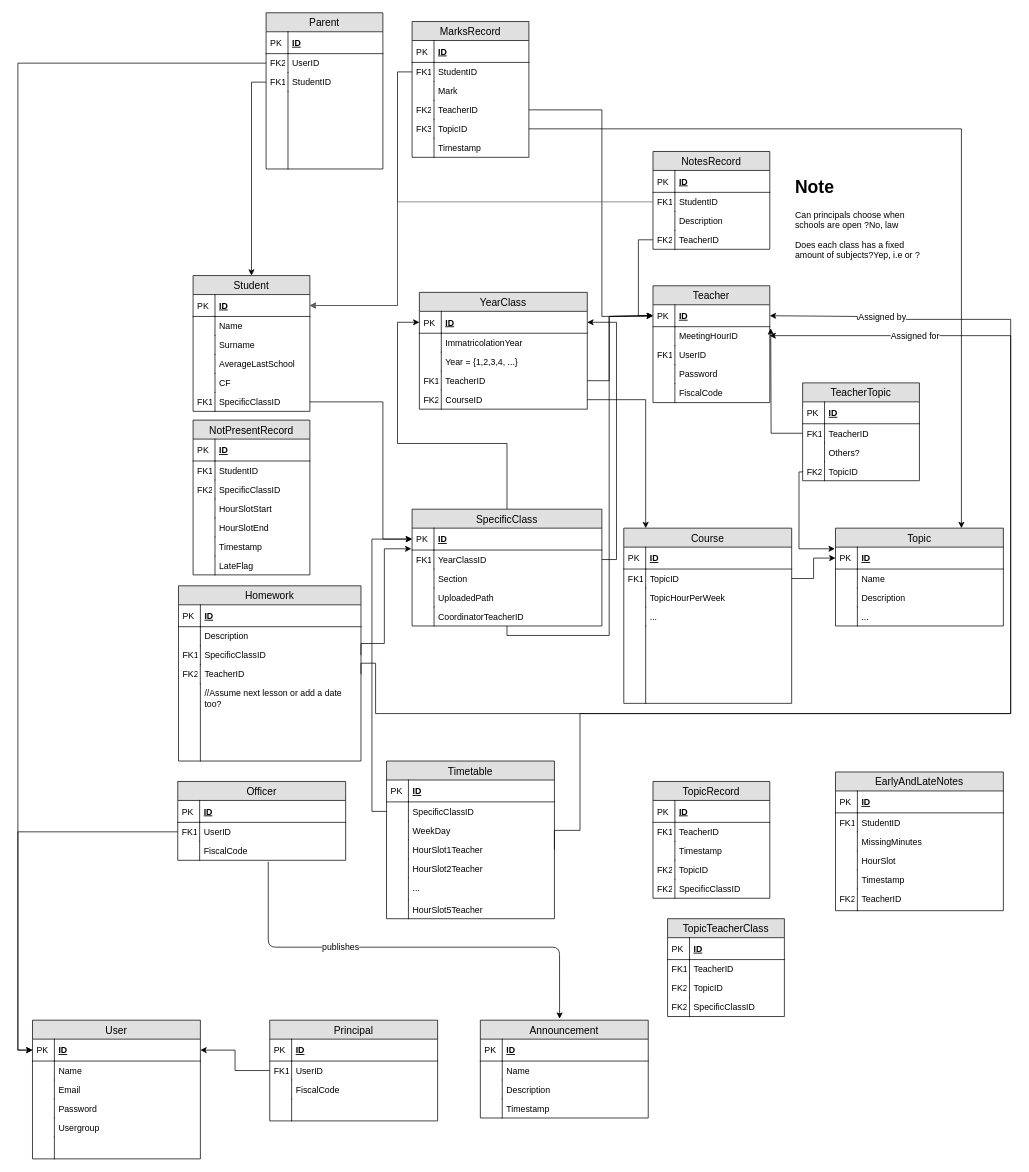
Earlier version of the draw.io diagram Schema.drawio (sordinho/Group-J---Digital-Student-Record). Source tidied: cells renumbered, new cells numbered last; positions are measured from the earlier drawing's top-left corner, leaving out a move shared by most shapes. Both pictures are drawn from the tidied source at 73%, with x=0, y=0 at pixel (32, 12).
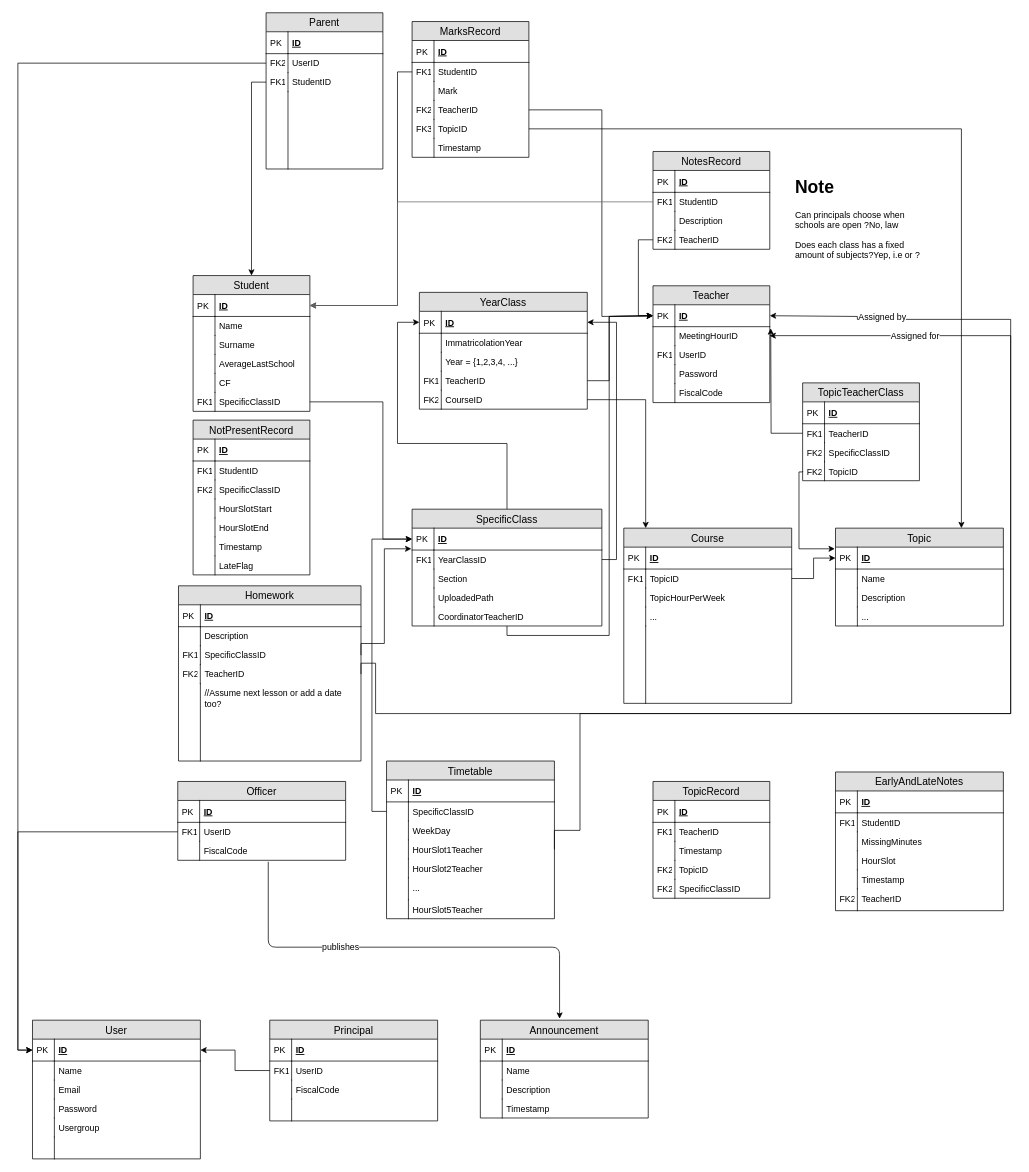
Above is the later version.

What changed in the source:
```diff
@@
-    <mxCell id="186" value="TeacherTopic" style="swimlane;fontStyle=0;horizontal=1;startSize=26;fillColor=#e0e0e0;swimlaneFillColor=#ffffff;align=center;fontSize=14;" parent="1" vertex="1">
+    <mxCell id="186" value="TopicTeacherClass" style="swimlane;fontStyle=0;horizontal=1;startSize=26;fillColor=#e0e0e0;swimlaneFillColor=#ffffff;align=center;fontSize=14;" parent="1" vertex="1">
       <mxGeometry x="1055" y="507" width="160" height="134" as="geometry" />
     </mxCell>
@@
-    <mxCell id="191" value="Others?" style="shape=partialRectangle;top=0;left=0;right=0;bottom=0;align=left;verticalAlign=top;fillColor=none;spacingLeft=34;spacingRight=4;overflow=hidden;fontSize=12;" parent="186" vertex="1">
-      <mxGeometry y="82" width="160" height="26" as="geometry" />
-    </mxCell>
-    <mxCell id="192" style="shape=partialRectangle;top=0;left=0;bottom=0;fillColor=none;align=left;verticalAlign=top;spacingLeft=4;spacingRight=4;overflow=hidden;fontSize=12;" parent="191" vertex="1">
-      <mxGeometry width="30" height="26" as="geometry" />
-    </mxCell>
+    <mxCell id="245" value="SpecificClassID" style="shape=partialRectangle;top=0;left=0;right=0;bottom=0;align=left;verticalAlign=top;fillColor=none;spacingLeft=34;spacingRight=4;overflow=hidden;fontSize=12;" parent="186" vertex="1">
+      <mxGeometry y="82" width="160" height="26" as="geometry" />
+    </mxCell>
+    <mxCell id="247" value="FK2" style="shape=partialRectangle;top=0;left=0;bottom=0;fillColor=none;align=left;verticalAlign=top;spacingLeft=4;spacingRight=4;overflow=hidden;fontSize=12;" parent="245" vertex="1">
+      <mxGeometry width="30" height="26" as="geometry" />
+    </mxCell>
@@
-    <mxCell id="238" value="TopicTeacherClass" style="swimlane;fontStyle=0;horizontal=1;startSize=26;fillColor=#e0e0e0;swimlaneFillColor=#ffffff;align=center;fontSize=14;" parent="1" vertex="1">
-      <mxGeometry x="870" y="1241" width="160" height="134" as="geometry" />
-    </mxCell>
-    <mxCell id="239" value="ID" style="shape=partialRectangle;top=0;left=0;right=0;bottom=1;align=left;verticalAlign=middle;fillColor=none;spacingLeft=34;spacingRight=4;overflow=hidden;fontStyle=5;fontSize=12;" parent="238" vertex="1">
-      <mxGeometry y="26" width="160" height="30" as="geometry" />
-    </mxCell>
-    <mxCell id="240" value="PK" style="shape=partialRectangle;top=0;left=0;bottom=0;fillColor=none;align=left;verticalAlign=middle;spacingLeft=4;spacingRight=4;overflow=hidden;fontSize=12;" parent="239" vertex="1">
-      <mxGeometry width="30" height="30" as="geometry" />
-    </mxCell>
-    <mxCell id="241" value="TeacherID" style="shape=partialRectangle;top=0;left=0;right=0;bottom=0;align=left;verticalAlign=top;fillColor=none;spacingLeft=34;spacingRight=4;overflow=hidden;fontSize=12;" parent="238" vertex="1">
-      <mxGeometry y="56" width="160" height="26" as="geometry" />
-    </mxCell>
-    <mxCell id="242" value="FK1" style="shape=partialRectangle;top=0;left=0;bottom=0;fillColor=none;align=left;verticalAlign=top;spacingLeft=4;spacingRight=4;overflow=hidden;fontSize=12;" parent="241" vertex="1">
-      <mxGeometry width="30" height="26" as="geometry" />
-    </mxCell>
-    <mxCell id="243" value="TopicID" style="shape=partialRectangle;top=0;left=0;right=0;bottom=0;align=left;verticalAlign=top;fillColor=none;spacingLeft=34;spacingRight=4;overflow=hidden;fontSize=12;" parent="238" vertex="1">
-      <mxGeometry y="82" width="160" height="26" as="geometry" />
-    </mxCell>
-    <mxCell id="244" value="FK2" style="shape=partialRectangle;top=0;left=0;bottom=0;fillColor=none;align=left;verticalAlign=top;spacingLeft=4;spacingRight=4;overflow=hidden;fontSize=12;" parent="243" vertex="1">
-      <mxGeometry width="30" height="26" as="geometry" />
-    </mxCell>
-    <mxCell id="245" value="SpecificClassID" style="shape=partialRectangle;top=0;left=0;right=0;bottom=0;align=left;verticalAlign=top;fillColor=none;spacingLeft=34;spacingRight=4;overflow=hidden;fontSize=12;" parent="238" vertex="1">
-      <mxGeometry y="108" width="160" height="26" as="geometry" />
-    </mxCell>
-    <mxCell id="246" value="FK2" style="shape=partialRectangle;top=0;left=0;bottom=0;fillColor=none;align=left;verticalAlign=top;spacingLeft=4;spacingRight=4;overflow=hidden;fontSize=12;" parent="245" vertex="1">
-      <mxGeometry width="30" height="26" as="geometry" />
-    </mxCell>
```
